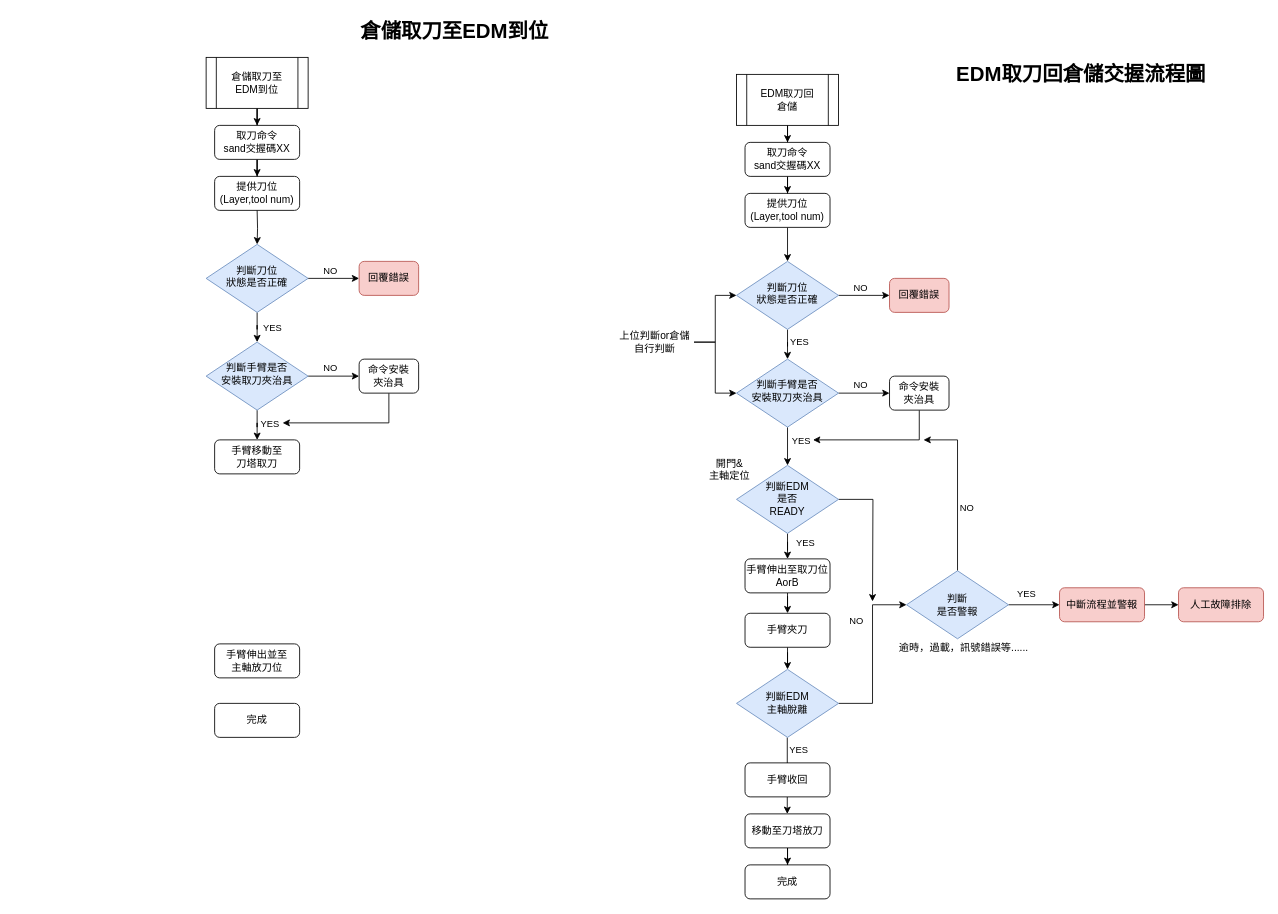
Before: page "自動取放刀" (4 of 6) of 上位系統交握流程.drawio in ChiangRyan/process-diagram, a draw.io diagram. Source tidied: cells renumbered, new cells numbered last; positions are measured from the earlier drawing's top-left corner, leaving out a move shared by most shapes. Both pictures are drawn from the tidied source at 85%, with x=0, y=0 at pixel (206, 14).
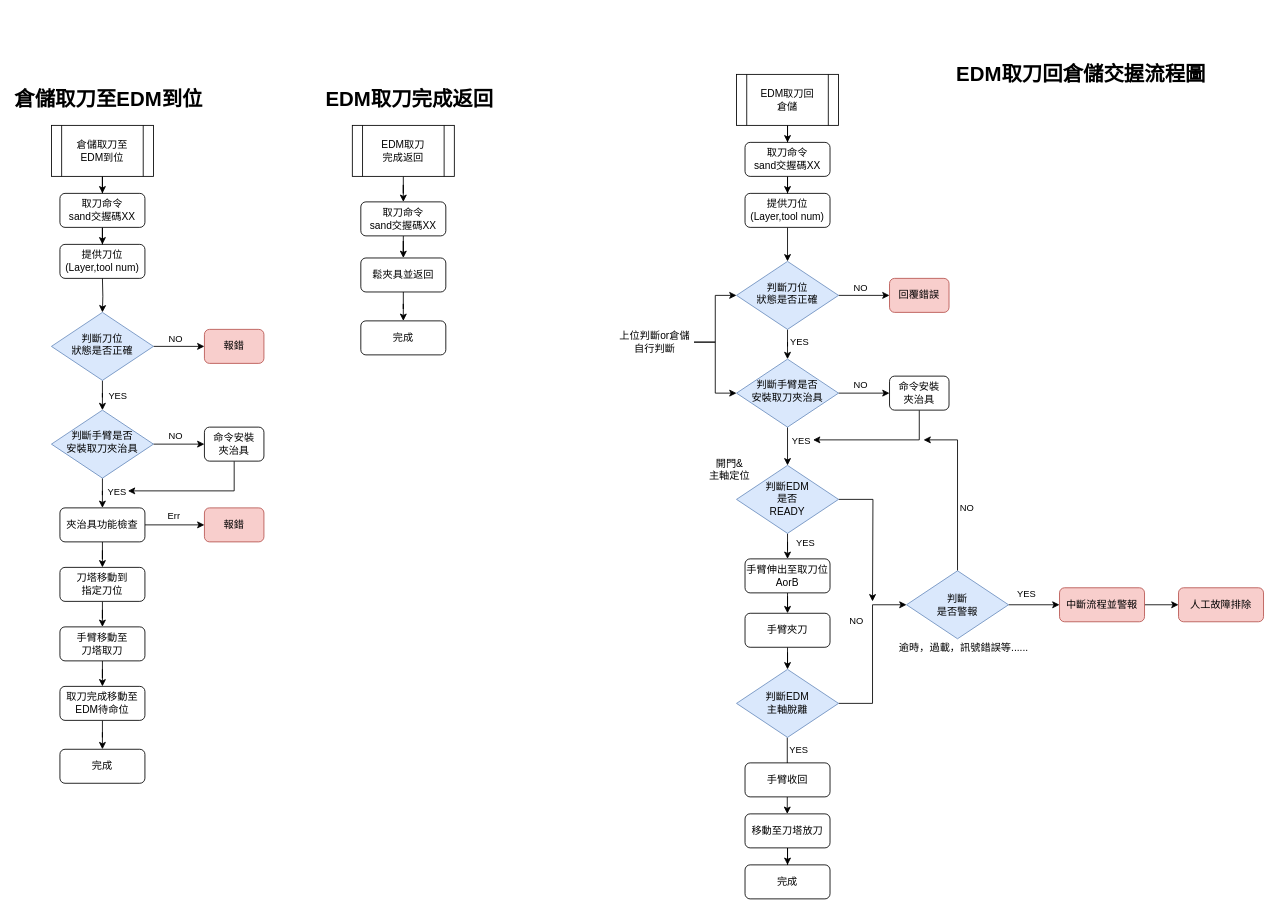
Above is the later version.

Commit message:
更新上位系統交握流程.drawio

The edit, as a diff of the source:
```diff
@@
     <mxCell id="2" value="提供刀位(Layer,tool num)" style="rounded=1;whiteSpace=wrap;html=1;fontSize=12;glass=0;strokeWidth=1;shadow=0;" parent="1" vertex="1">
-      <mxGeometry x="10" y="190" width="100" height="40" as="geometry" />
+      <mxGeometry x="-172" y="270" width="100" height="40" as="geometry" />
     </mxCell>
@@
     <mxCell id="4" value="倉儲取刀&lt;span style=&quot;background-color: initial;&quot;&gt;至&lt;/span&gt;&lt;div&gt;&lt;div&gt;EDM到位&lt;/div&gt;&lt;/div&gt;" style="shape=process;whiteSpace=wrap;html=1;backgroundOutline=1;" parent="1" vertex="1">
-      <mxGeometry y="50" width="120" height="60" as="geometry" />
+      <mxGeometry x="-182" y="130" width="120" height="60" as="geometry" />
     </mxCell>
@@
     <mxCell id="6" value="取刀命令&lt;div&gt;sand交握碼XX&lt;/div&gt;" style="rounded=1;whiteSpace=wrap;html=1;fontSize=12;glass=0;strokeWidth=1;shadow=0;" parent="1" vertex="1">
-      <mxGeometry x="10" y="130" width="100" height="40" as="geometry" />
+      <mxGeometry x="-172" y="210" width="100" height="40" as="geometry" />
     </mxCell>
+    <mxCell id="73" style="edgeStyle=orthogonalEdgeStyle;rounded=0;jettySize=auto;html=1;entryX=0.5;entryY=0;entryDx=0;entryDy=0;" parent="1" edge="1" source="7" target="77">
+      <mxGeometry relative="1" as="geometry" />
+    </mxCell>
-    <mxCell id="7" value="手臂移動至&lt;div&gt;刀塔取刀&lt;/div&gt;" style="rounded=1;whiteSpace=wrap;html=1;fontSize=12;glass=0;strokeWidth=1;shadow=0;" parent="1" vertex="1">
-      <mxGeometry x="10" y="500" width="100" height="40" as="geometry" />
+    <mxCell id="7" value="刀塔移動到&lt;div&gt;指定刀位&lt;/div&gt;" style="rounded=1;whiteSpace=wrap;html=1;fontSize=12;glass=0;strokeWidth=1;shadow=0;" parent="1" vertex="1">
+      <mxGeometry x="-172" y="650" width="100" height="40" as="geometry" />
     </mxCell>
@@
-    <mxCell id="9" style="edgeStyle=orthogonalEdgeStyle;rounded=0;jettySize=auto;html=1;entryX=0.5;entryY=0;entryDx=0;entryDy=0;" parent="1" edge="1" source="11" target="7">
-      <mxGeometry relative="1" as="geometry" />
-    </mxCell>
+    <mxCell id="74" style="edgeStyle=orthogonalEdgeStyle;rounded=0;jettySize=auto;html=1;entryX=0.5;entryY=0;entryDx=0;entryDy=0;" parent="1" edge="1" source="11" target="81">
+      <mxGeometry relative="1" as="geometry" />
+    </mxCell>
-    <mxCell id="10" value="YES" style="edgeLabel;html=1;align=center;verticalAlign=middle;" parent="9" vertex="1">
-      <mxGeometry x="-0.47" relative="1" as="geometry">
-        <mxPoint x="14" y="3" as="offset" />
+    <mxCell id="10" value="YES" style="edgeLabel;html=1;align=center;verticalAlign=middle;" parent="74" vertex="1">
+      <mxGeometry x="-0.34" relative="1" as="geometry">
+        <mxPoint x="16" as="offset" />
       </mxGeometry>
     </mxCell>
     <mxCell id="11" value="判斷手臂是否&lt;div&gt;安裝取刀夾治具&lt;/div&gt;" style="rhombus;whiteSpace=wrap;html=1;shadow=0;fontFamily=Helvetica;fontSize=12;align=center;strokeWidth=1;spacing=6;spacingTop=-4;fillColor=#dae8fc;strokeColor=#6c8ebf;" parent="1" vertex="1">
-      <mxGeometry y="385" width="120" height="80" as="geometry" />
+      <mxGeometry x="-182" y="465" width="120" height="80" as="geometry" />
     </mxCell>
     <mxCell id="12" style="edgeStyle=orthogonalEdgeStyle;rounded=0;jettySize=auto;html=1;exitX=0.5;exitY=1;exitDx=0;exitDy=0;" parent="1" edge="1" source="13">
       <mxGeometry relative="1" as="geometry">
-        <mxPoint x="90" y="480" as="targetPoint" />
+        <mxPoint x="-92" y="560" as="targetPoint" />
         <Array as="points">
-          <mxPoint x="215" y="480" />
+          <mxPoint x="33" y="560" />
         </Array>
       </mxGeometry>
     </mxCell>
     <mxCell id="13" value="命令安裝&lt;div&gt;夾治具&lt;/div&gt;" style="rounded=1;whiteSpace=wrap;html=1;fontSize=12;glass=0;strokeWidth=1;shadow=0;" parent="1" vertex="1">
-      <mxGeometry x="180" y="405" width="70" height="40" as="geometry" />
+      <mxGeometry x="-2" y="485" width="70" height="40" as="geometry" />
     </mxCell>
+    <mxCell id="75" style="edgeStyle=orthogonalEdgeStyle;rounded=0;jettySize=auto;html=1;entryX=0.5;entryY=0;entryDx=0;entryDy=0;" parent="1" edge="1" source="14" target="15">
+      <mxGeometry relative="1" as="geometry" />
+    </mxCell>
-    <mxCell id="14" value="手臂伸出並至&lt;div&gt;主軸放刀位&lt;/div&gt;" style="rounded=1;whiteSpace=wrap;html=1;fontSize=12;glass=0;strokeWidth=1;shadow=0;" parent="1" vertex="1">
-      <mxGeometry x="10" y="740" width="100" height="40" as="geometry" />
+    <mxCell id="14" value="取刀完成移動至EDM待命位" style="rounded=1;whiteSpace=wrap;html=1;fontSize=12;glass=0;strokeWidth=1;shadow=0;" parent="1" vertex="1">
+      <mxGeometry x="-172" y="790" width="100" height="40" as="geometry" />
     </mxCell>
     <mxCell id="15" value="完成" style="rounded=1;whiteSpace=wrap;html=1;fontSize=12;glass=0;strokeWidth=1;shadow=0;" parent="1" vertex="1">
-      <mxGeometry x="10" y="810" width="100" height="40" as="geometry" />
+      <mxGeometry x="-172" y="864" width="100" height="40" as="geometry" />
     </mxCell>
@@
     <mxCell id="51" style="edgeStyle=orthogonalEdgeStyle;rounded=0;jettySize=auto;html=1;entryX=0.5;entryY=0;entryDx=0;entryDy=0;" parent="1" edge="1" target="56">
       <mxGeometry relative="1" as="geometry">
-        <mxPoint x="60" y="230" as="sourcePoint" />
+        <mxPoint x="-122" y="310" as="sourcePoint" />
       </mxGeometry>
     </mxCell>
@@
     <mxCell id="56" value="判斷刀位&lt;div&gt;狀態是否正確&lt;/div&gt;" style="rhombus;whiteSpace=wrap;html=1;shadow=0;fontFamily=Helvetica;fontSize=12;align=center;strokeWidth=1;spacing=6;spacingTop=-4;fillColor=#dae8fc;strokeColor=#6c8ebf;" parent="1" vertex="1">
-      <mxGeometry y="270" width="120" height="80" as="geometry" />
+      <mxGeometry x="-182" y="350" width="120" height="80" as="geometry" />
     </mxCell>
-    <mxCell id="57" value="回覆錯誤" style="rounded=1;whiteSpace=wrap;html=1;fontSize=12;glass=0;strokeWidth=1;shadow=0;fillColor=#f8cecc;strokeColor=#b85450;" parent="1" vertex="1">
-      <mxGeometry x="180" y="290" width="70" height="40" as="geometry" />
+    <mxCell id="57" value="報錯" style="rounded=1;whiteSpace=wrap;html=1;fontSize=12;glass=0;strokeWidth=1;shadow=0;fillColor=#f8cecc;strokeColor=#b85450;" parent="1" vertex="1">
+      <mxGeometry x="-2" y="370" width="70" height="40" as="geometry" />
     </mxCell>
@@
     <mxCell id="71" value="倉儲取刀至EDM到位" style="text;strokeColor=none;fillColor=none;html=1;fontSize=24;fontStyle=1;verticalAlign=middle;align=center;" parent="1" vertex="1">
-      <mxGeometry x="242" width="100" height="40" as="geometry" />
+      <mxGeometry x="-165" y="80" width="100" height="40" as="geometry" />
     </mxCell>
@@
+    <mxCell id="76" style="edgeStyle=orthogonalEdgeStyle;rounded=0;jettySize=auto;html=1;entryX=0.5;entryY=0;entryDx=0;entryDy=0;" parent="1" edge="1" source="77" target="14">
+      <mxGeometry relative="1" as="geometry" />
+    </mxCell>
+    <mxCell id="77" value="手臂移動至&lt;div&gt;刀塔取刀&lt;/div&gt;" style="rounded=1;whiteSpace=wrap;html=1;fontSize=12;glass=0;strokeWidth=1;shadow=0;" parent="1" vertex="1">
+      <mxGeometry x="-172" y="720" width="100" height="40" as="geometry" />
+    </mxCell>
+    <mxCell id="78" style="edgeStyle=orthogonalEdgeStyle;rounded=0;jettySize=auto;html=1;entryX=0.5;entryY=0;entryDx=0;entryDy=0;" parent="1" edge="1" source="81" target="7">
+      <mxGeometry relative="1" as="geometry" />
+    </mxCell>
+    <mxCell id="79" style="edgeStyle=orthogonalEdgeStyle;rounded=0;jettySize=auto;html=1;entryX=0;entryY=0.5;entryDx=0;entryDy=0;" parent="1" edge="1" source="81" target="82">
+      <mxGeometry relative="1" as="geometry" />
+    </mxCell>
+    <mxCell id="80" value="Err" style="edgeLabel;html=1;align=center;verticalAlign=middle;" parent="79" vertex="1">
+      <mxGeometry x="-0.07" y="3" relative="1" as="geometry">
+        <mxPoint y="-8" as="offset" />
+      </mxGeometry>
+    </mxCell>
+    <mxCell id="81" value="夾治具功能檢查" style="rounded=1;whiteSpace=wrap;html=1;fontSize=12;glass=0;strokeWidth=1;shadow=0;" parent="1" vertex="1">
+      <mxGeometry x="-172" y="580" width="100" height="40" as="geometry" />
+    </mxCell>
+    <mxCell id="82" value="報錯" style="rounded=1;whiteSpace=wrap;html=1;fontSize=12;glass=0;strokeWidth=1;shadow=0;fillColor=#f8cecc;strokeColor=#b85450;" parent="1" vertex="1">
+      <mxGeometry x="-2" y="580" width="70" height="40" as="geometry" />
+    </mxCell>
+    <mxCell id="83" style="edgeStyle=orthogonalEdgeStyle;rounded=0;jettySize=auto;html=1;entryX=0.5;entryY=0;entryDx=0;entryDy=0;" parent="1" edge="1" source="84" target="86">
+      <mxGeometry relative="1" as="geometry" />
+    </mxCell>
+    <mxCell id="84" value="EDM取刀&lt;div&gt;完成返回&lt;/div&gt;" style="shape=process;whiteSpace=wrap;html=1;backgroundOutline=1;" parent="1" vertex="1">
+      <mxGeometry x="172" y="130" width="120" height="60" as="geometry" />
+    </mxCell>
+    <mxCell id="85" style="edgeStyle=orthogonalEdgeStyle;rounded=0;jettySize=auto;html=1;entryX=0.5;entryY=0;entryDx=0;entryDy=0;" parent="1" edge="1" source="86" target="88">
+      <mxGeometry relative="1" as="geometry" />
+    </mxCell>
+    <mxCell id="86" value="取刀命令&lt;div&gt;sand交握碼XX&lt;/div&gt;" style="rounded=1;whiteSpace=wrap;html=1;fontSize=12;glass=0;strokeWidth=1;shadow=0;" parent="1" vertex="1">
+      <mxGeometry x="182" y="220" width="100" height="40" as="geometry" />
+    </mxCell>
+    <mxCell id="87" style="edgeStyle=orthogonalEdgeStyle;rounded=0;jettySize=auto;html=1;entryX=0.5;entryY=0;entryDx=0;entryDy=0;" parent="1" edge="1" source="88" target="89">
+      <mxGeometry relative="1" as="geometry" />
+    </mxCell>
+    <mxCell id="88" value="鬆夾具並返回" style="rounded=1;whiteSpace=wrap;html=1;fontSize=12;glass=0;strokeWidth=1;shadow=0;" parent="1" vertex="1">
+      <mxGeometry x="182" y="286" width="100" height="40" as="geometry" />
+    </mxCell>
+    <mxCell id="89" value="完成" style="rounded=1;whiteSpace=wrap;html=1;fontSize=12;glass=0;strokeWidth=1;shadow=0;" parent="1" vertex="1">
+      <mxGeometry x="182" y="360" width="100" height="40" as="geometry" />
+    </mxCell>
+    <mxCell id="90" value="EDM取刀完成返回" style="text;strokeColor=none;fillColor=none;html=1;fontSize=24;fontStyle=1;verticalAlign=middle;align=center;" parent="1" vertex="1">
+      <mxGeometry x="189" y="80" width="100" height="40" as="geometry" />
+    </mxCell>
```
